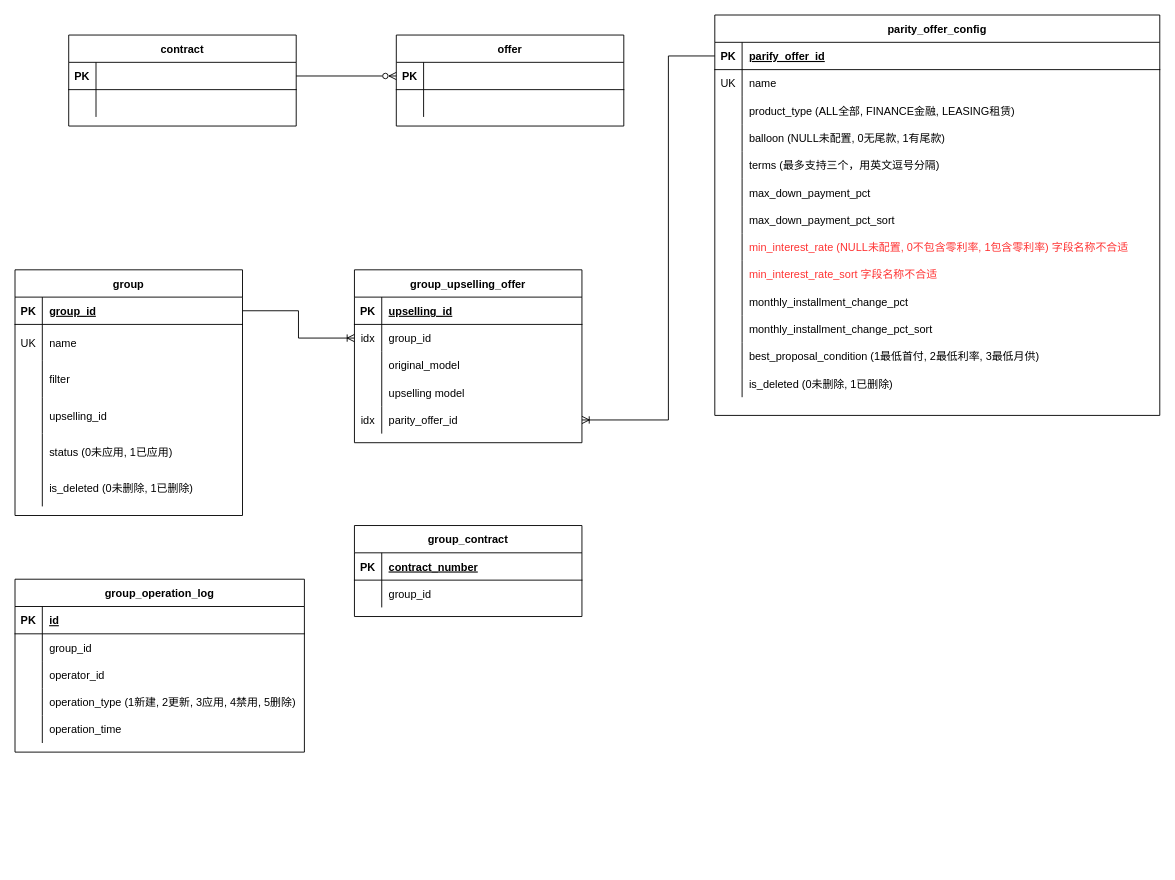
The draw.io diagram insight.drawio in likun0121/insight, before the edit. Source tidied: cells renumbered, new cells numbered last; positions are measured from the earlier drawing's top-left corner, leaving out a move shared by most shapes. Both pictures are drawn from the tidied source at 91%, with x=0, y=0 at pixel (15, 15).
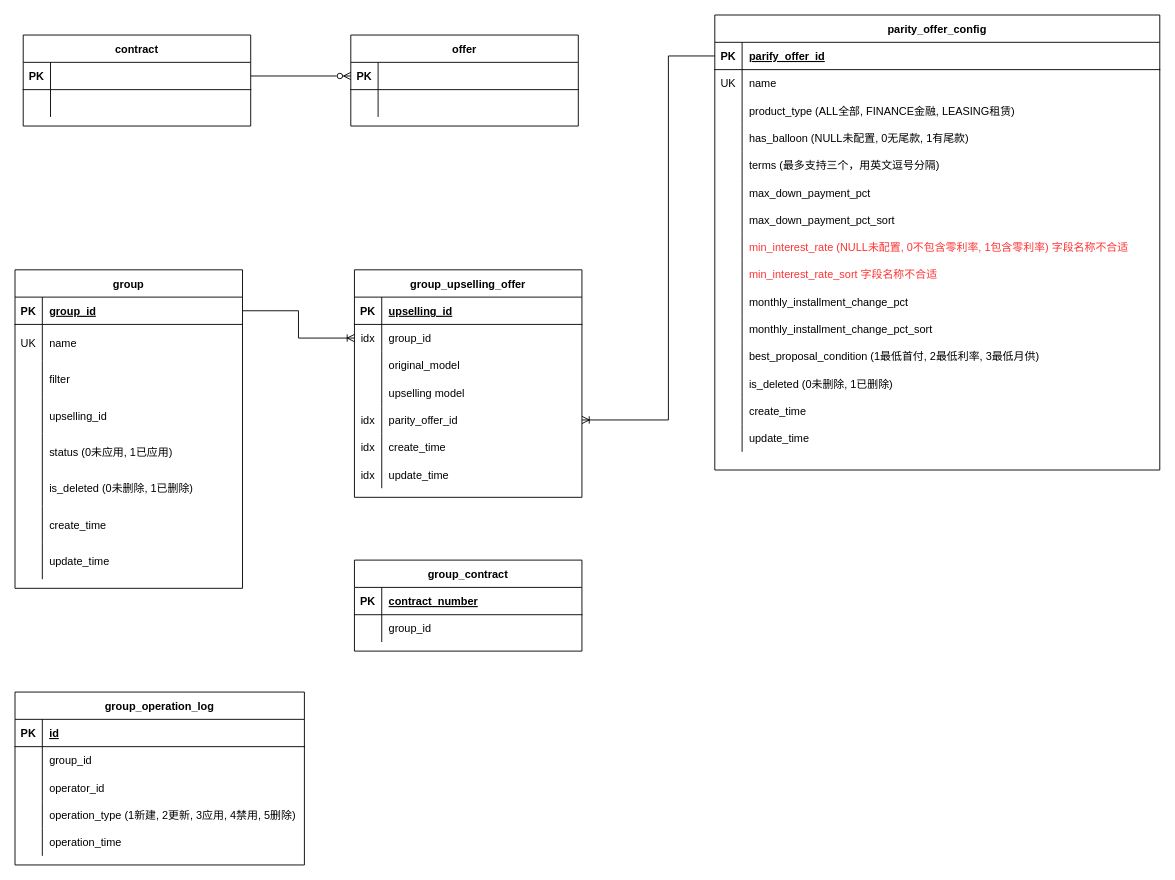
Above is the later version.

Unchanged cells that the change refers to:
```xml
<mxCell id="46" style="shape=partialRectangle;fillColor=none;top=0;left=0;right=0;bottom=0;" parent="36" vertex="1">
  <mxGeometry y="120" width="489" height="30" as="geometry" />
</mxCell>
```

What changed in the source:
```diff
@@
     <mxCell id="2" value="contract" style="shape=table;startSize=30;childLayout=tableLayout;rowLines=0;fontStyle=1;align=center;" parent="1" vertex="1">
-      <mxGeometry x="59" y="22" width="250" height="100" as="geometry" />
+      <mxGeometry x="9" y="22" width="250" height="100" as="geometry" />
     </mxCell>
@@
     <mxCell id="9" value="offer" style="shape=table;startSize=30;childLayout=tableLayout;rowLines=0;fontStyle=1;align=center;" parent="1" vertex="1">
-      <mxGeometry x="419" y="22" width="250" height="100" as="geometry" />
+      <mxGeometry x="369" y="22" width="250" height="100" as="geometry" />
     </mxCell>
@@
     <mxCell id="17" value="group" style="shape=table;startSize=30;childLayout=tableLayout;rowLines=0;fontStyle=1;align=center;" parent="1" vertex="1">
-      <mxGeometry y="280" width="250" height="270" as="geometry" />
+      <mxGeometry y="280" width="250" height="350" as="geometry" />
     </mxCell>
@@
+    <mxCell id="117" style="shape=partialRectangle;fillColor=none;top=0;left=0;right=0;bottom=0;" parent="17" vertex="1">
+      <mxGeometry y="260" width="250" height="40" as="geometry" />
+    </mxCell>
+    <mxCell id="118" style="shape=partialRectangle;overflow=hidden;fillColor=none;top=0;left=0;bottom=0;right=0;" parent="117" vertex="1">
+      <mxGeometry width="30" height="40" as="geometry" />
+    </mxCell>
+    <mxCell id="119" value="create_time" style="shape=partialRectangle;overflow=hidden;fillColor=none;top=0;left=0;bottom=0;right=0;align=left;spacingLeft=6;" parent="117" vertex="1">
+      <mxGeometry x="30" width="220" height="40" as="geometry" />
+    </mxCell>
+    <mxCell id="120" style="shape=partialRectangle;fillColor=none;top=0;left=0;right=0;bottom=0;" parent="17" vertex="1">
+      <mxGeometry y="300" width="250" height="40" as="geometry" />
+    </mxCell>
+    <mxCell id="121" style="shape=partialRectangle;overflow=hidden;fillColor=none;top=0;left=0;bottom=0;right=0;" parent="120" vertex="1">
+      <mxGeometry width="30" height="40" as="geometry" />
+    </mxCell>
+    <mxCell id="122" value="update_time" style="shape=partialRectangle;overflow=hidden;fillColor=none;top=0;left=0;bottom=0;right=0;align=left;spacingLeft=6;" parent="120" vertex="1">
+      <mxGeometry x="30" width="220" height="40" as="geometry" />
+    </mxCell>
     <mxCell id="36" value="parity_offer_config" style="shape=table;startSize=30;childLayout=tableLayout;rowLines=0;fontStyle=1;align=center;" parent="1" vertex="1">
-      <mxGeometry x="769" width="489" height="440" as="geometry" />
+      <mxGeometry x="769" width="489" height="500" as="geometry" />
     </mxCell>
@@
-    <mxCell id="48" value="balloon (NULL未配置, 0无尾款, 1有尾款)" style="shape=partialRectangle;overflow=hidden;fillColor=none;top=0;left=0;bottom=0;right=0;align=left;spacingLeft=6;" parent="46" vertex="1">
+    <mxCell id="48" value="has_balloon (NULL未配置, 0无尾款, 1有尾款)" style="shape=partialRectangle;overflow=hidden;fillColor=none;top=0;left=0;bottom=0;right=0;align=left;spacingLeft=6;" parent="46" vertex="1">
       <mxGeometry x="30" width="459" height="30" as="geometry" />
     </mxCell>
@@
+    <mxCell id="123" style="shape=partialRectangle;fillColor=none;top=0;left=0;right=0;bottom=0;" parent="36" vertex="1">
+      <mxGeometry y="420" width="489" height="30" as="geometry" />
+    </mxCell>
+    <mxCell id="124" style="shape=partialRectangle;overflow=hidden;fillColor=none;top=0;left=0;bottom=0;right=0;" parent="123" vertex="1">
+      <mxGeometry width="30" height="30" as="geometry" />
+    </mxCell>
+    <mxCell id="125" value="create_time" style="shape=partialRectangle;overflow=hidden;fillColor=none;top=0;left=0;bottom=0;right=0;align=left;spacingLeft=6;" parent="123" vertex="1">
+      <mxGeometry x="30" width="459" height="30" as="geometry" />
+    </mxCell>
+    <mxCell id="126" style="shape=partialRectangle;fillColor=none;top=0;left=0;right=0;bottom=0;" parent="36" vertex="1">
+      <mxGeometry y="450" width="489" height="30" as="geometry" />
+    </mxCell>
+    <mxCell id="127" style="shape=partialRectangle;overflow=hidden;fillColor=none;top=0;left=0;bottom=0;right=0;" parent="126" vertex="1">
+      <mxGeometry width="30" height="30" as="geometry" />
+    </mxCell>
+    <mxCell id="128" value="update_time" style="shape=partialRectangle;overflow=hidden;fillColor=none;top=0;left=0;bottom=0;right=0;align=left;spacingLeft=6;" parent="126" vertex="1">
+      <mxGeometry x="30" width="459" height="30" as="geometry" />
+    </mxCell>
     <mxCell id="76" value="group_upselling_offer" style="shape=table;startSize=30;childLayout=tableLayout;rowLines=0;fontStyle=1;align=center;" parent="1" vertex="1">
-      <mxGeometry x="373" y="280" width="250" height="190" as="geometry" />
+      <mxGeometry x="373" y="280" width="250" height="250" as="geometry" />
     </mxCell>
@@
+    <mxCell id="129" style="shape=partialRectangle;fillColor=none;top=0;left=0;right=0;bottom=0;" parent="76" vertex="1">
+      <mxGeometry y="180" width="250" height="30" as="geometry" />
+    </mxCell>
+    <mxCell id="130" value="idx" style="shape=partialRectangle;overflow=hidden;fillColor=none;top=0;left=0;bottom=0;right=0;" parent="129" vertex="1">
+      <mxGeometry width="30" height="30" as="geometry" />
+    </mxCell>
+    <mxCell id="131" value="create_time" style="shape=partialRectangle;overflow=hidden;fillColor=none;top=0;left=0;bottom=0;right=0;align=left;spacingLeft=6;" parent="129" vertex="1">
+      <mxGeometry x="30" width="220" height="30" as="geometry" />
+    </mxCell>
+    <mxCell id="132" style="shape=partialRectangle;fillColor=none;top=0;left=0;right=0;bottom=0;" parent="76" vertex="1">
+      <mxGeometry y="210" width="250" height="30" as="geometry" />
+    </mxCell>
+    <mxCell id="133" value="idx" style="shape=partialRectangle;overflow=hidden;fillColor=none;top=0;left=0;bottom=0;right=0;" parent="132" vertex="1">
+      <mxGeometry width="30" height="30" as="geometry" />
+    </mxCell>
+    <mxCell id="134" value="update_time" style="shape=partialRectangle;overflow=hidden;fillColor=none;top=0;left=0;bottom=0;right=0;align=left;spacingLeft=6;" parent="132" vertex="1">
+      <mxGeometry x="30" width="220" height="30" as="geometry" />
+    </mxCell>
     <mxCell id="92" value="group_contract" style="shape=table;startSize=30;childLayout=tableLayout;rowLines=0;fontStyle=1;align=center;" parent="1" vertex="1">
-      <mxGeometry x="373" y="561" width="250" height="100" as="geometry" />
+      <mxGeometry x="373" y="599" width="250" height="100" as="geometry" />
     </mxCell>
@@
     <mxCell id="101" value="group_operation_log" style="shape=table;startSize=30;childLayout=tableLayout;rowLines=0;fontStyle=1;align=center;" parent="1" vertex="1">
-      <mxGeometry y="620" width="318" height="190" as="geometry" />
+      <mxGeometry y="744" width="318" height="190" as="geometry" />
     </mxCell>
```
